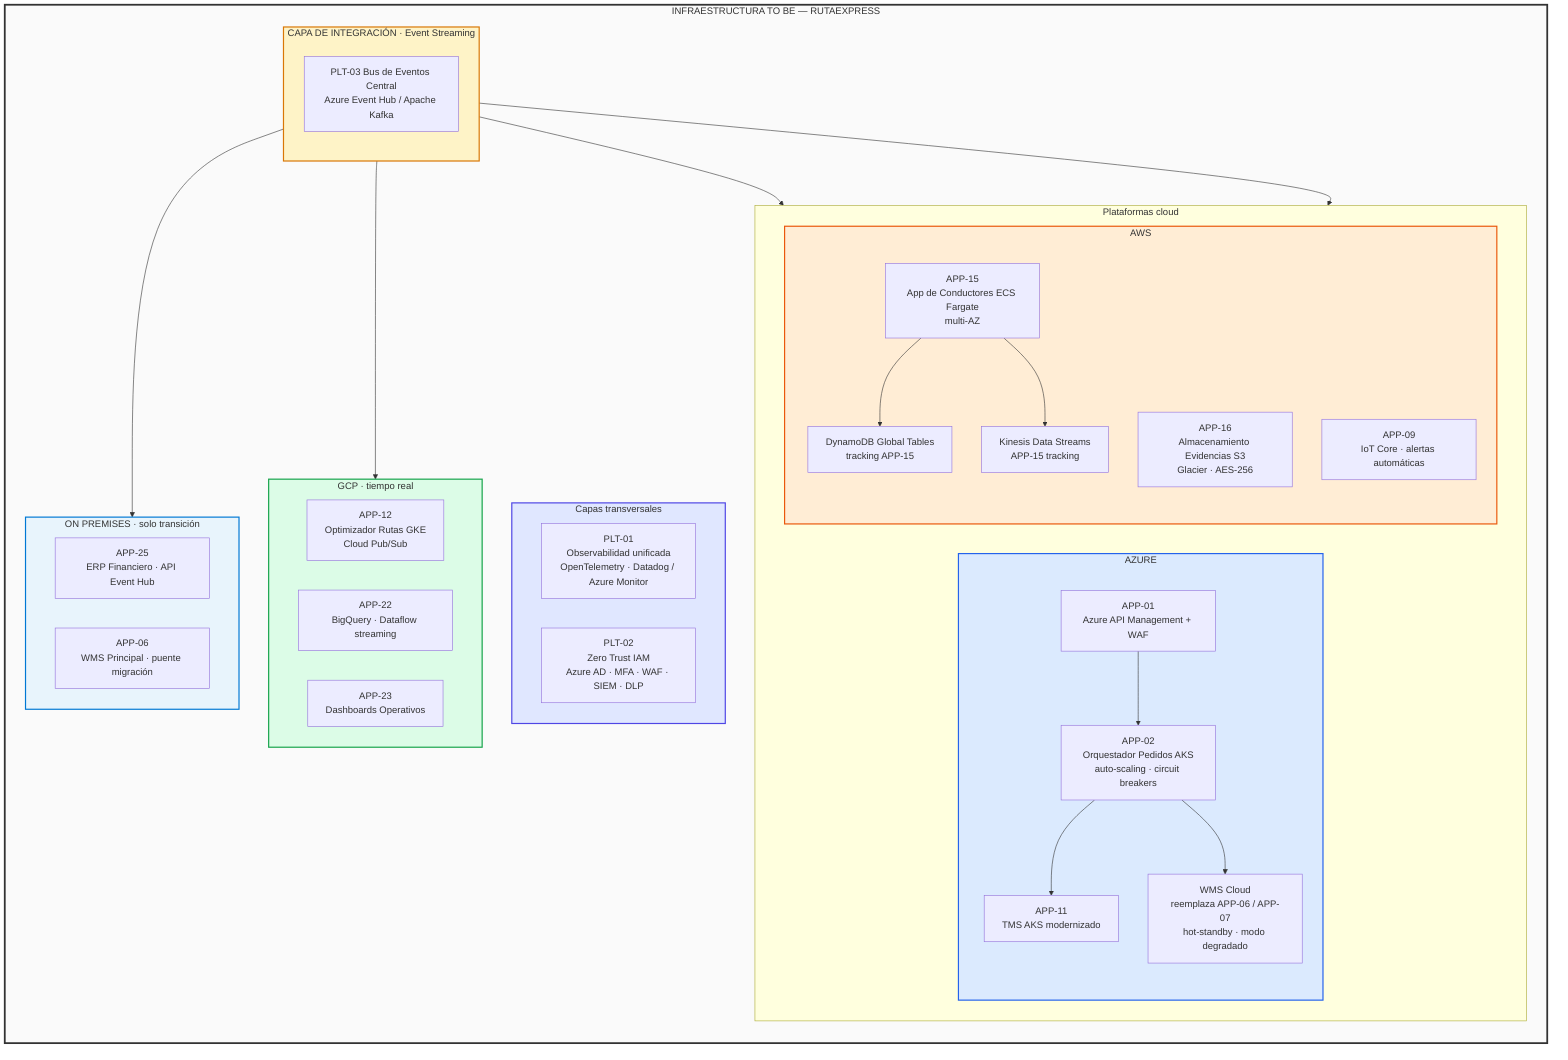
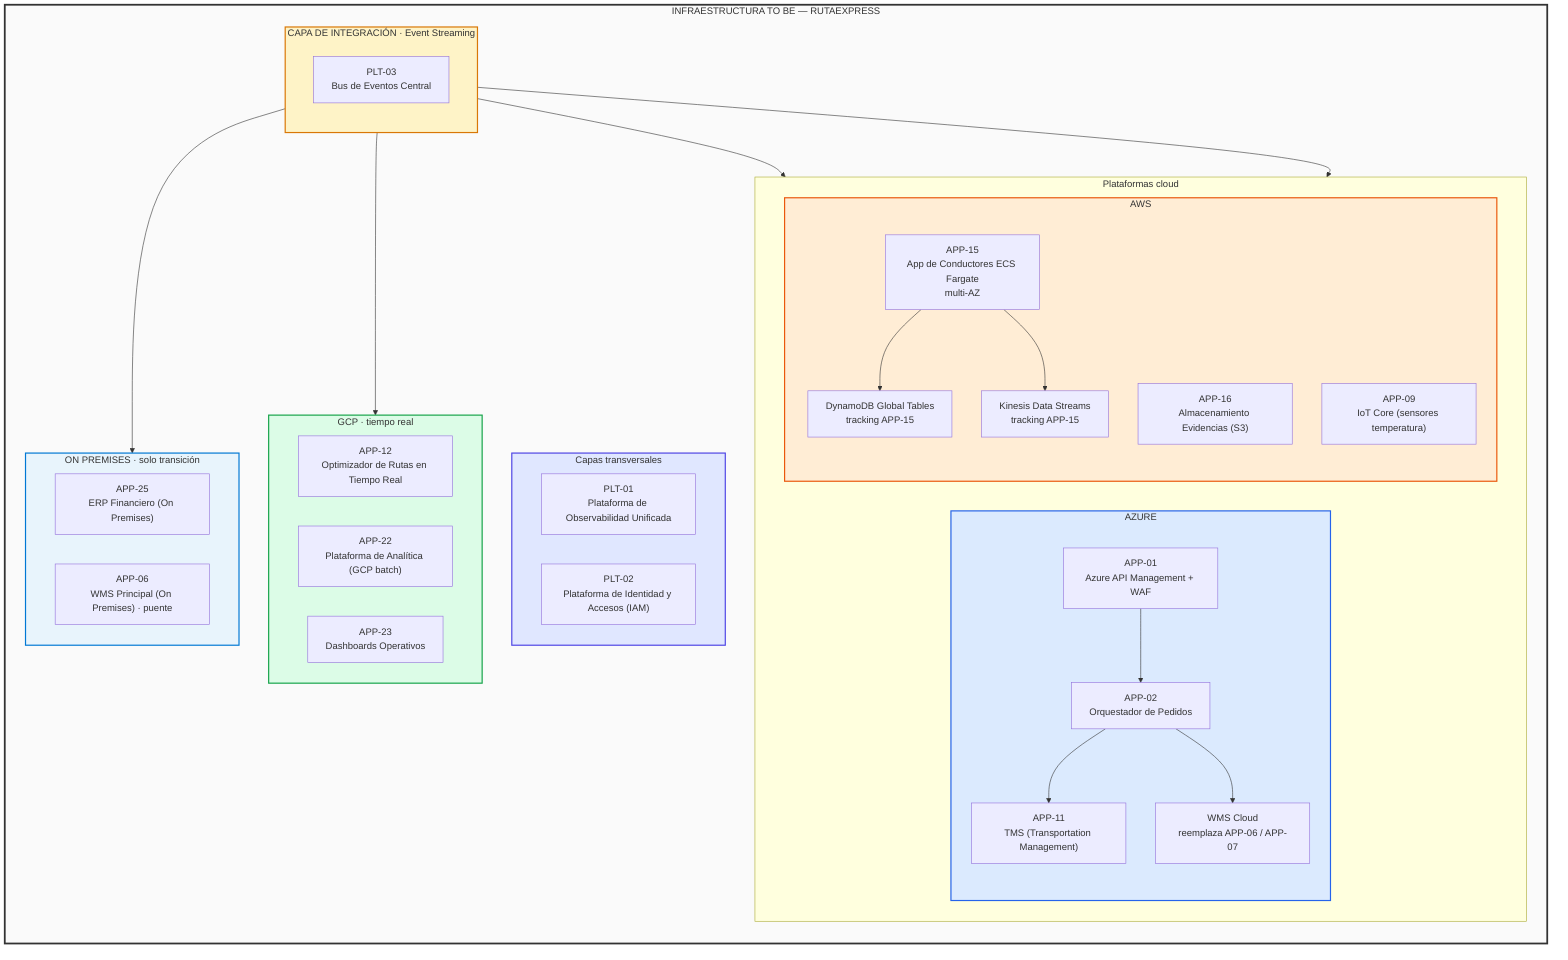
flowchart TB
    subgraph RXP["INFRAESTRUCTURA TO BE — RUTAEXPRESS"]
        direction TB

        subgraph BUSCAPA["CAPA DE INTEGRACIÓN · Event Streaming"]
            direction TB
-             bus["PLT-03 Bus de Eventos Central<br/>Azure Event Hub / Apache Kafka"]
+             bus["PLT-03<br/>Bus de Eventos Central"]
        end

        subgraph FILA1["Plataformas cloud"]
            direction LR

            subgraph AZURE["AZURE"]
                direction TB
                a1["APP-01<br/>Azure API Management + WAF"]
-                 a2["APP-02<br/>Orquestador Pedidos AKS<br/>auto-scaling · circuit breakers"]
-                 a3["APP-11<br/>TMS AKS modernizado"]
-                 a4["WMS Cloud<br/>reemplaza APP-06 / APP-07<br/>hot-standby · modo degradado"]
+                 a2["APP-02<br/>Orquestador de Pedidos"]
+                 a3["APP-11<br/>TMS (Transportation Management)"]
+                 a4["WMS Cloud<br/>reemplaza APP-06 / APP-07"]
                a1 --> a2 --> a3
                a2 --> a4
            end

            subgraph AWS["AWS"]
                direction TB
                w1["APP-15<br/>App de Conductores ECS Fargate<br/>multi-AZ"]
                w2["DynamoDB Global Tables<br/>tracking APP-15"]
-                 w3["APP-16<br/>Almacenamiento Evidencias S3<br/>Glacier · AES-256"]
-                 w4["Kinesis Data Streams<br/>APP-15 tracking"]
-                 w5["APP-09<br/>IoT Core · alertas automáticas"]
+                 w3["APP-16<br/>Almacenamiento Evidencias (S3)"]
+                 w4["Kinesis Data Streams<br/>tracking APP-15"]
+                 w5["APP-09<br/>IoT Core (sensores temperatura)"]
                w1 --> w2
                w1 --> w4
            end
        end

        subgraph GCP["GCP · tiempo real"]
            direction LR
-             g1["APP-12<br/>Optimizador Rutas GKE<br/>Cloud Pub/Sub"]
-             g2["APP-22<br/>BigQuery · Dataflow streaming"]
+             g1["APP-12<br/>Optimizador de Rutas en Tiempo Real"]
+             g2["APP-22<br/>Plataforma de Analítica (GCP batch)"]
            g3["APP-23<br/>Dashboards Operativos"]
        end

        subgraph TRANS["Capas transversales"]
            direction LR
-             obs["PLT-01<br/>Observabilidad unificada<br/>OpenTelemetry · Datadog / Azure Monitor"]
-             sec["PLT-02<br/>Zero Trust IAM<br/>Azure AD · MFA · WAF · SIEM · DLP"]
+             obs["PLT-01<br/>Plataforma de Observabilidad Unificada"]
+             sec["PLT-02<br/>Plataforma de Identidad y Accesos (IAM)"]
        end

        subgraph PREM["ON PREMISES · solo transición"]
            direction LR
-             p1["APP-25<br/>ERP Financiero · API Event Hub"]
-             p2["APP-06<br/>WMS Principal · puente migración"]
+             p1["APP-25<br/>ERP Financiero (On Premises)"]
+             p2["APP-06<br/>WMS Principal (On Premises) · puente"]
        end

        bus --> AZURE
        bus --> AWS
        bus --> GCP
        bus --> PREM
    end

    style RXP fill:#fafafa,stroke:#333333,stroke-width:3px
    style BUSCAPA fill:#fef3c7,stroke:#d97706,stroke-width:2px
    style AZURE fill:#dbeafe,stroke:#2563eb,stroke-width:2px
    style AWS fill:#ffedd5,stroke:#ea580c,stroke-width:2px
    style GCP fill:#dcfce7,stroke:#16a34a,stroke-width:2px
    style TRANS fill:#e0e7ff,stroke:#4f46e5,stroke-width:2px
    style PREM fill:#e8f4fc,stroke:#0078d4,stroke-width:2px
